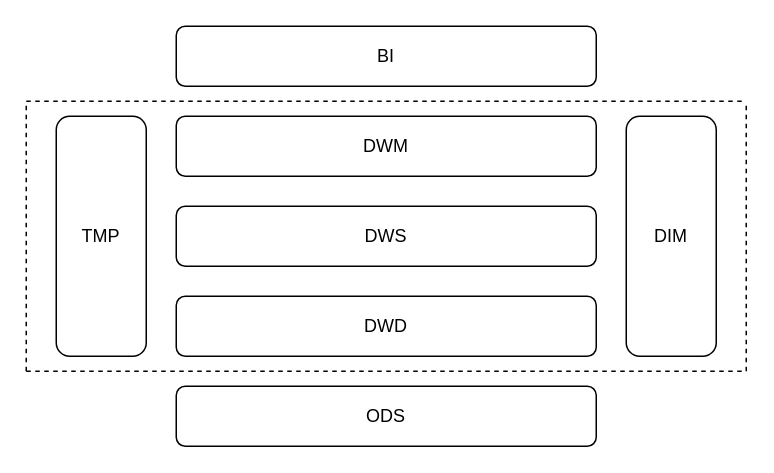
zengleSoft/draw keeps this draw.io diagram as page "Page-2" (2 of 2) of 数仓调用规范.drawio. Above is the earlier version. Source tidied: cells renumbered, new cells numbered last; positions are measured from the earlier drawing's top-left corner, leaving out a move shared by most shapes. Both pictures are drawn from the tidied source at 150%, with x=0, y=0 at pixel (26, 26).
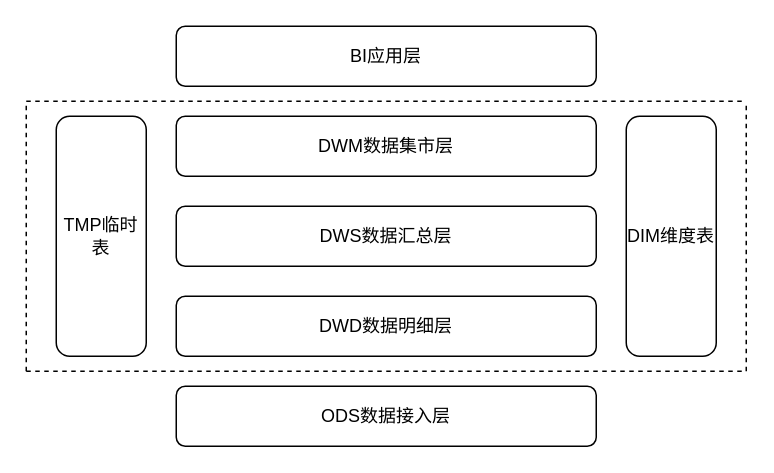
The same diagram, later.

Commit message:
Update 数仓调用规范.drawio

The edit, as a diff of the source:
```diff
@@
 <mxGraphModel>
   <root>
     <mxCell id="0" />
     <mxCell id="1" parent="0" />
-    <mxCell id="2" value="&lt;div&gt;ODS&lt;/div&gt;" style="rounded=1;whiteSpace=wrap;html=1;" parent="1" vertex="1">
+    <mxCell id="2" value="&lt;div&gt;ODS数据接入层&lt;/div&gt;" style="rounded=1;whiteSpace=wrap;html=1;" parent="1" vertex="1">
       <mxGeometry x="100" y="240" width="280" height="40" as="geometry" />
     </mxCell>
-    <mxCell id="3" value="DWD" style="rounded=1;whiteSpace=wrap;html=1;" parent="1" vertex="1">
+    <mxCell id="3" value="DWD数据明细层" style="rounded=1;whiteSpace=wrap;html=1;" parent="1" vertex="1">
       <mxGeometry x="100" y="180" width="280" height="40" as="geometry" />
     </mxCell>
-    <mxCell id="4" value="DWS" style="rounded=1;whiteSpace=wrap;html=1;" parent="1" vertex="1">
+    <mxCell id="4" value="DWS数据汇总层" style="rounded=1;whiteSpace=wrap;html=1;" parent="1" vertex="1">
       <mxGeometry x="100" y="120" width="280" height="40" as="geometry" />
     </mxCell>
-    <mxCell id="5" value="DWM" style="rounded=1;whiteSpace=wrap;html=1;" parent="1" vertex="1">
+    <mxCell id="5" value="DWM数据集市层" style="rounded=1;whiteSpace=wrap;html=1;" parent="1" vertex="1">
       <mxGeometry x="100" y="60" width="280" height="40" as="geometry" />
     </mxCell>
-    <mxCell id="6" value="BI" style="rounded=1;whiteSpace=wrap;html=1;" parent="1" vertex="1">
+    <mxCell id="6" value="&lt;div&gt;BI应用层&lt;/div&gt;" style="rounded=1;whiteSpace=wrap;html=1;" parent="1" vertex="1">
       <mxGeometry x="100" width="280" height="40" as="geometry" />
     </mxCell>
-    <mxCell id="7" value="DIM" style="rounded=1;whiteSpace=wrap;html=1;" parent="1" vertex="1">
+    <mxCell id="7" value="DIM维度表" style="rounded=1;whiteSpace=wrap;html=1;" parent="1" vertex="1">
       <mxGeometry x="400" y="60" width="60" height="160" as="geometry" />
     </mxCell>
-    <mxCell id="8" value="TMP" style="rounded=1;whiteSpace=wrap;html=1;" parent="1" vertex="1">
+    <mxCell id="8" value="TMP临时表" style="rounded=1;whiteSpace=wrap;html=1;" parent="1" vertex="1">
       <mxGeometry x="20" y="60" width="60" height="160" as="geometry" />
     </mxCell>
     <mxCell id="9" style="endArrow=none;dashed=1;html=1;" parent="1" edge="1">
       <mxGeometry relative="1" as="geometry">
         <mxPoint y="230" as="sourcePoint" />
         <mxPoint y="50" as="targetPoint" />
       </mxGeometry>
     </mxCell>
     <mxCell id="10" style="endArrow=none;dashed=1;html=1;" parent="1" edge="1">
       <mxGeometry relative="1" as="geometry">
         <mxPoint y="50" as="sourcePoint" />
         <mxPoint x="480" y="50" as="targetPoint" />
       </mxGeometry>
     </mxCell>
     <mxCell id="11" style="endArrow=none;dashed=1;html=1;" parent="1" edge="1">
       <mxGeometry relative="1" as="geometry">
         <mxPoint y="230" as="sourcePoint" />
         <mxPoint x="480" y="230" as="targetPoint" />
       </mxGeometry>
     </mxCell>
     <mxCell id="12" style="endArrow=none;dashed=1;html=1;" parent="1" edge="1">
       <mxGeometry relative="1" as="geometry">
         <mxPoint x="480" y="230" as="sourcePoint" />
         <mxPoint x="480" y="50" as="targetPoint" />
       </mxGeometry>
     </mxCell>
   </root>
 </mxGraphModel>
```
